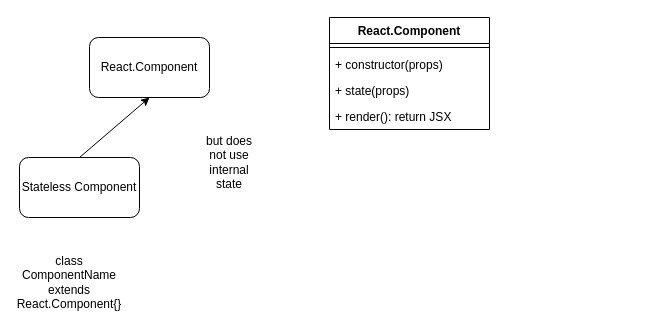
Before: page "03 - comp w/ ES6 class" (3 of 12) of Diagram.drawio in f2xiao/learn-react, a draw.io diagram. Source tidied: cells renumbered, new cells numbered last; positions are measured from the earlier drawing's top-left corner, leaving out a move shared by most shapes. Both pictures are drawn from the tidied source at 100%, with x=0, y=0 at pixel (19, 17).
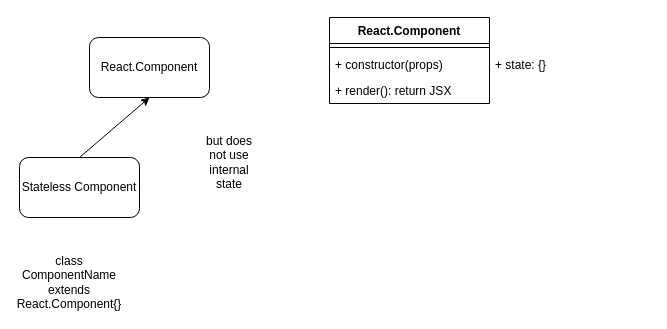
After the change.

Diff of the diagram source:
```diff
@@
 <mxGraphModel>
   <root>
     <mxCell id="0" />
     <mxCell id="1" parent="0" />
     <mxCell id="2" value="Stateless Component" style="rounded=1;whiteSpace=wrap;html=1;" parent="1" vertex="1">
       <mxGeometry y="140" width="120" height="60" as="geometry" />
     </mxCell>
     <mxCell id="3" value="React.Component" style="rounded=1;whiteSpace=wrap;html=1;" parent="1" vertex="1">
       <mxGeometry x="70" y="20" width="120" height="60" as="geometry" />
     </mxCell>
     <mxCell id="4" style="endArrow=classic;html=1;rounded=0;exitX=0.5;exitY=0;exitDx=0;exitDy=0;entryX=0.5;entryY=1;entryDx=0;entryDy=0;" parent="1" edge="1" source="2" target="3">
       <mxGeometry relative="1" as="geometry" />
     </mxCell>
     <mxCell id="5" value="React.Component" style="swimlane;fontStyle=1;align=center;verticalAlign=top;horizontal=1;startSize=26;" parent="1" vertex="1">
-      <mxGeometry x="310" width="160" height="112" as="geometry" />
+      <mxGeometry x="310" width="160" height="86" as="geometry" />
     </mxCell>
     <mxCell id="6" style="line;strokeWidth=1;fillColor=none;align=left;verticalAlign=middle;spacingTop=-1;spacingLeft=3;spacingRight=3;labelPosition=right;" parent="5" vertex="1">
       <mxGeometry y="26" width="160" height="8" as="geometry" />
     </mxCell>
     <mxCell id="7" value="+ constructor(props)" style="text;strokeColor=none;fillColor=none;align=left;verticalAlign=top;spacingLeft=4;spacingRight=4;overflow=hidden;" parent="5" vertex="1">
       <mxGeometry y="34" width="160" height="26" as="geometry" />
     </mxCell>
-    <mxCell id="8" value="+ state(props)" style="text;strokeColor=none;fillColor=none;align=left;verticalAlign=top;spacingLeft=4;spacingRight=4;overflow=hidden;" parent="5" vertex="1">
-      <mxGeometry y="60" width="160" height="26" as="geometry" />
-    </mxCell>
     <mxCell id="9" value="+ render(): return JSX&#10;" style="text;strokeColor=none;fillColor=none;align=left;verticalAlign=top;spacingLeft=4;spacingRight=4;overflow=hidden;" parent="5" vertex="1">
-      <mxGeometry y="86" width="160" height="26" as="geometry" />
+      <mxGeometry y="60" width="160" height="26" as="geometry" />
     </mxCell>
     <mxCell id="10" value="but does not use internal state" style="text;html=1;strokeColor=none;fillColor=none;align=center;verticalAlign=middle;whiteSpace=wrap;rounded=0;" parent="1" vertex="1">
       <mxGeometry x="180" y="130" width="60" height="30" as="geometry" />
     </mxCell>
     <mxCell id="11" value="class ComponentName extends React.Component{}" style="text;html=1;strokeColor=none;fillColor=none;align=center;verticalAlign=middle;whiteSpace=wrap;rounded=0;" parent="1" vertex="1">
       <mxGeometry x="20" y="250" width="60" height="30" as="geometry" />
     </mxCell>
+    <mxCell id="8" value="+ state: {}" style="text;strokeColor=none;fillColor=none;align=left;verticalAlign=top;spacingLeft=4;spacingRight=4;overflow=hidden;" parent="1" vertex="1">
+      <mxGeometry x="470" y="34" width="160" height="26" as="geometry" />
+    </mxCell>
   </root>
 </mxGraphModel>
```
